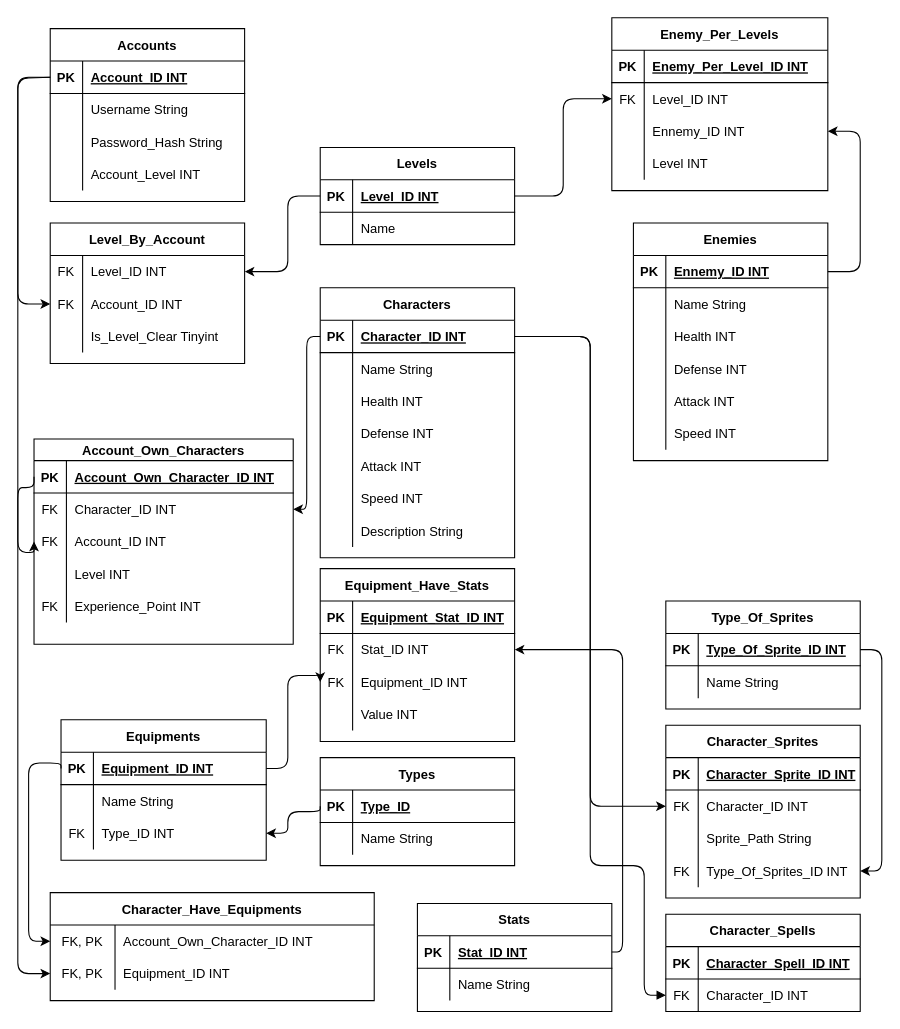
Before: Documentation/MLD.drawio in Nomeos/Code-TimeRewind, a draw.io diagram. Source tidied: cells renumbered, new cells numbered last; positions are measured from the earlier drawing's top-left corner, leaving out a move shared by most shapes. Both pictures are drawn from the tidied source at 108%, with x=0, y=0 at pixel (17, 17).
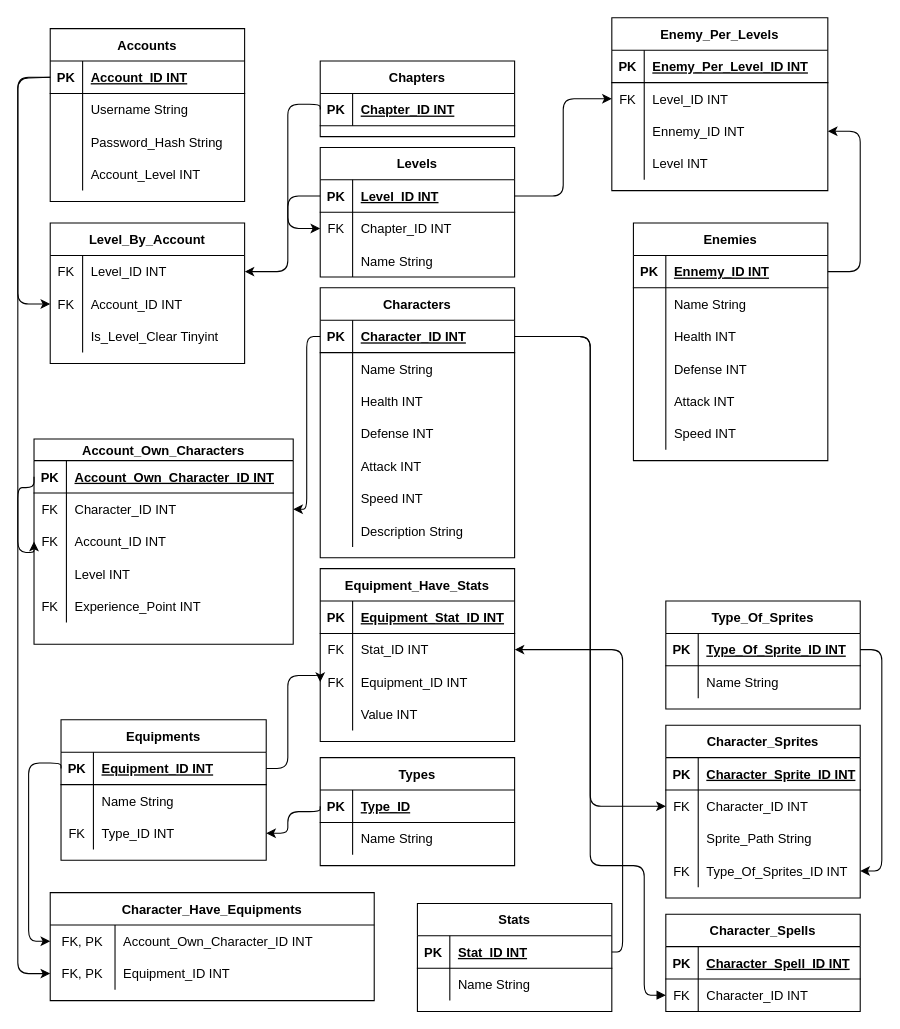
The same diagram, later.

The edit, as a diff of the source:
```diff
@@
     <mxCell id="151" value="Levels" style="shape=table;startSize=30;childLayout=tableLayout;rowLines=0;fontStyle=1;align=center;" parent="1" vertex="1">
-      <mxGeometry x="280" y="120" width="180" height="90" as="geometry" />
+      <mxGeometry x="280" y="120" width="180" height="120" as="geometry" />
     </mxCell>
@@
+    <mxCell id="187" style="shape=partialRectangle;fillColor=none;top=0;left=0;bottom=0;right=0;points=[[0,0.5],[1,0.5]];portConstraint=eastwest;" parent="151" vertex="1">
+      <mxGeometry y="60" width="180" height="30" as="geometry" />
+    </mxCell>
+    <mxCell id="188" value="FK" style="shape=partialRectangle;fillColor=none;top=0;left=0;bottom=0;right=0;overflow=hidden;" parent="187" vertex="1">
+      <mxGeometry width="30" height="30" as="geometry" />
+    </mxCell>
+    <mxCell id="189" value="Chapter_ID INT" style="shape=partialRectangle;fillColor=none;top=0;left=0;bottom=0;right=0;align=left;spacingLeft=6;overflow=hidden;" parent="187" vertex="1">
+      <mxGeometry x="30" width="150" height="30" as="geometry" />
+    </mxCell>
     <mxCell id="155" style="shape=partialRectangle;fillColor=none;top=0;left=0;bottom=0;right=0;" parent="151" vertex="1">
-      <mxGeometry y="60" width="180" height="30" as="geometry" />
+      <mxGeometry y="90" width="180" height="30" as="geometry" />
     </mxCell>
@@
-    <mxCell id="157" value="Name" style="shape=partialRectangle;fillColor=none;top=0;left=0;bottom=0;right=0;align=left;spacingLeft=6;fontStyle=0;overflow=hidden;" parent="155" vertex="1">
+    <mxCell id="157" value="Name String" style="shape=partialRectangle;fillColor=none;top=0;left=0;bottom=0;right=0;align=left;spacingLeft=6;fontStyle=0;overflow=hidden;" parent="155" vertex="1">
       <mxGeometry x="30" width="150" height="30" as="geometry" />
     </mxCell>
@@
+    <mxCell id="190" value="Chapters" style="shape=table;startSize=30;childLayout=tableLayout;rowLines=0;fontStyle=1;align=center;" parent="1" vertex="1">
+      <mxGeometry x="280" y="40" width="180" height="70" as="geometry" />
+    </mxCell>
+    <mxCell id="191" style="shape=partialRectangle;fillColor=none;top=0;left=0;bottom=1;right=0;points=[[0,0.5],[1,0.5]];portConstraint=eastwest;" parent="190" vertex="1">
+      <mxGeometry y="30" width="180" height="30" as="geometry" />
+    </mxCell>
+    <mxCell id="192" value="PK" style="shape=partialRectangle;fillColor=none;top=0;left=0;bottom=0;right=0;fontStyle=1;overflow=hidden;" parent="191" vertex="1">
+      <mxGeometry width="30" height="30" as="geometry" />
+    </mxCell>
+    <mxCell id="193" value="Chapter_ID INT" style="shape=partialRectangle;fillColor=none;top=0;left=0;bottom=0;right=0;align=left;spacingLeft=6;fontStyle=5;overflow=hidden;" parent="191" vertex="1">
+      <mxGeometry x="30" width="150" height="30" as="geometry" />
+    </mxCell>
+    <mxCell id="194" style="edgeStyle=orthogonalEdgeStyle;fontSize=12;html=1;endArrow=none;endFill=0;entryX=0;entryY=0.5;entryDx=0;entryDy=0;exitX=0;exitY=0.5;exitDx=0;exitDy=0;startArrow=classic;startFill=1;" parent="1" edge="1" source="187" target="191">
+      <mxGeometry relative="1" as="geometry">
+        <Array as="points">
+          <mxPoint x="250" y="195" />
+          <mxPoint x="250" y="80" />
+          <mxPoint x="280" y="80" />
+        </Array>
+      </mxGeometry>
+    </mxCell>
```
